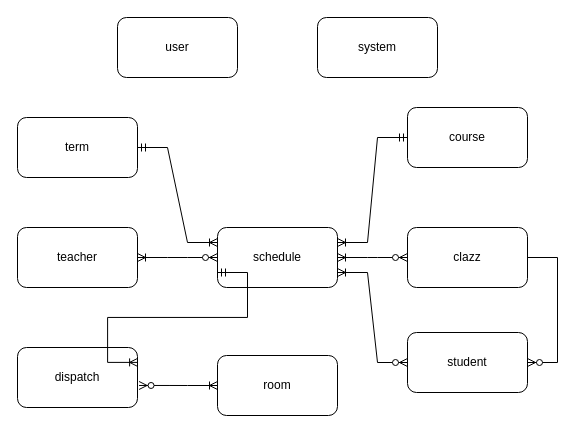
The draw.io diagram document/排课ER.drawio in yunzhiclub/schedule, before the edit. Source tidied: cells renumbered, new cells numbered last; positions are measured from the earlier drawing's top-left corner, leaving out a move shared by most shapes. Both pictures are drawn from the tidied source at 100%, with x=0, y=0 at pixel (17, 17).
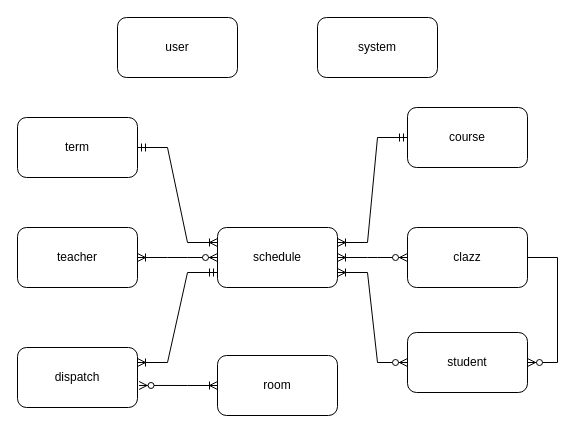
The same page after the edit.

Unchanged cells that the change refers to:
```xml
<mxCell id="4" value="schedule" style="whiteSpace=wrap;html=1;rounded=1;" parent="1" vertex="1">
  <mxGeometry x="200" y="210" width="120" height="60" as="geometry" />
</mxCell>
<mxCell id="9" value="dispatch" style="whiteSpace=wrap;html=1;rounded=1;" parent="1" vertex="1">
  <mxGeometry y="330" width="120" height="60" as="geometry" />
</mxCell>
```

Change to the diagram source:
```diff
@@
-    <mxCell id="19" style="edgeStyle=entityRelationEdgeStyle;fontSize=12;html=1;endArrow=ERoneToMany;startArrow=ERmandOne;rounded=0;entryX=1;entryY=0.25;entryDx=0;entryDy=0;" parent="1" edge="1">
-      <mxGeometry relative="1" as="geometry">
-        <mxPoint x="200" y="255" as="sourcePoint" />
-        <mxPoint x="120.1" y="344.9" as="targetPoint" />
-      </mxGeometry>
-    </mxCell>
+    <mxCell id="20" style="edgeStyle=entityRelationEdgeStyle;fontSize=12;html=1;endArrow=ERoneToMany;startArrow=ERmandOne;rounded=0;exitX=0;exitY=0.75;exitDx=0;exitDy=0;entryX=1;entryY=0.25;entryDx=0;entryDy=0;" parent="1" edge="1" source="4" target="9">
+      <mxGeometry relative="1" as="geometry" />
+    </mxCell>
```
